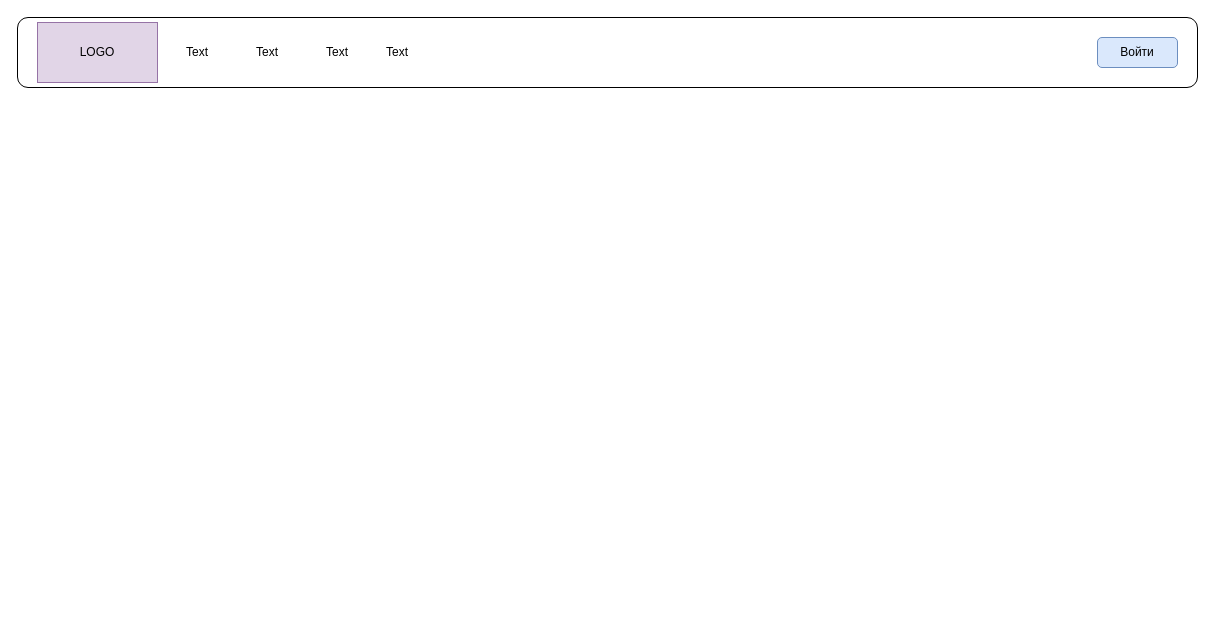
Before: public/marketdb-site.drawio in crashteamdev/diagrams, a draw.io diagram. Source tidied: cells renumbered, new cells numbered last; positions are measured from the earlier drawing's top-left corner, leaving out a move shared by most shapes. Both pictures are drawn from the tidied source at 100%, with x=0, y=0 at pixel (17, 17).
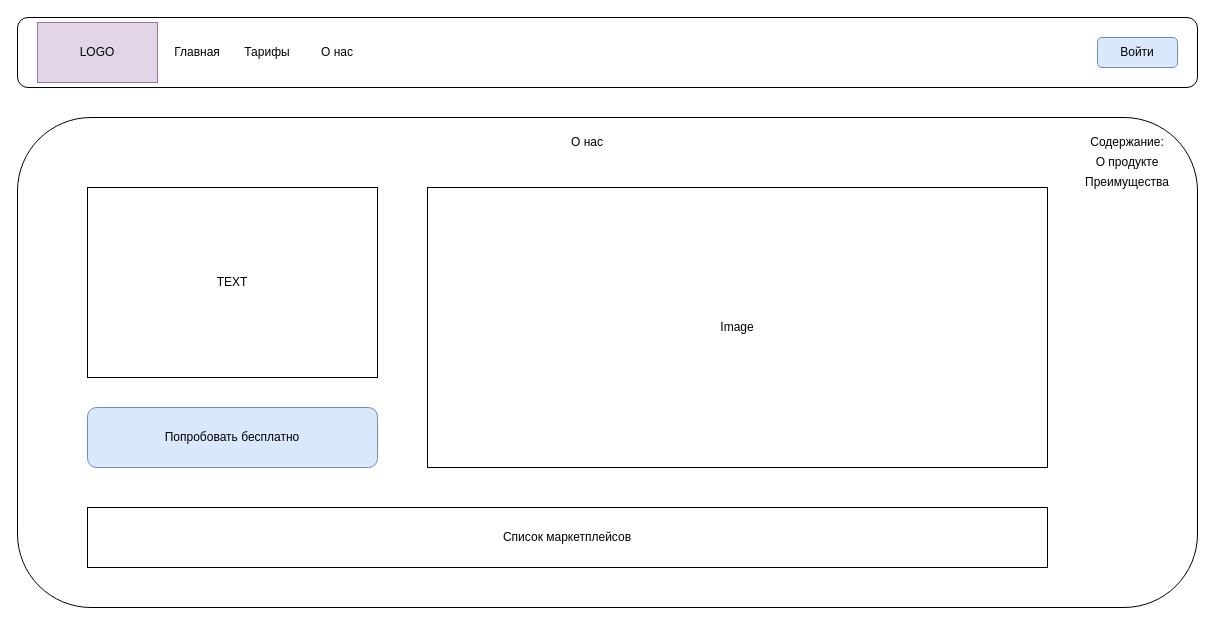
The same page after the edit.

What changed in the source:
```diff
@@
 <mxGraphModel>
   <root>
     <mxCell id="0" />
     <mxCell id="1" parent="0" />
     <mxCell id="2" style="rounded=1;whiteSpace=wrap;html=1;" parent="1" vertex="1">
       <mxGeometry width="1180" height="70" as="geometry" />
     </mxCell>
     <mxCell id="3" value="LOGO" style="rounded=0;whiteSpace=wrap;html=1;fillColor=#e1d5e7;strokeColor=#9673a6;shadow=0;gradientColor=none;" parent="1" vertex="1">
       <mxGeometry x="20" y="5" width="120" height="60" as="geometry" />
     </mxCell>
-    <mxCell id="4" value="Text" style="text;html=1;strokeColor=none;fillColor=none;align=center;verticalAlign=middle;whiteSpace=wrap;rounded=0;shadow=0;" parent="1" vertex="1">
+    <mxCell id="4" value="Главная" style="text;html=1;strokeColor=none;fillColor=none;align=center;verticalAlign=middle;whiteSpace=wrap;rounded=0;shadow=0;" parent="1" vertex="1">
       <mxGeometry x="150" y="20" width="60" height="30" as="geometry" />
     </mxCell>
-    <mxCell id="5" value="Text" style="text;html=1;strokeColor=none;fillColor=none;align=center;verticalAlign=middle;whiteSpace=wrap;rounded=0;shadow=0;" parent="1" vertex="1">
+    <mxCell id="5" value="Тарифы" style="text;html=1;strokeColor=none;fillColor=none;align=center;verticalAlign=middle;whiteSpace=wrap;rounded=0;shadow=0;" parent="1" vertex="1">
       <mxGeometry x="220" y="20" width="60" height="30" as="geometry" />
     </mxCell>
-    <mxCell id="6" value="Text" style="text;html=1;strokeColor=none;fillColor=none;align=center;verticalAlign=middle;whiteSpace=wrap;rounded=0;shadow=0;" parent="1" vertex="1">
+    <mxCell id="6" value="О нас" style="text;html=1;strokeColor=none;fillColor=none;align=center;verticalAlign=middle;whiteSpace=wrap;rounded=0;shadow=0;" parent="1" vertex="1">
       <mxGeometry x="290" y="20" width="60" height="30" as="geometry" />
     </mxCell>
-    <mxCell id="7" value="Text" style="text;html=1;strokeColor=none;fillColor=none;align=center;verticalAlign=middle;whiteSpace=wrap;rounded=0;shadow=0;" parent="1" vertex="1">
-      <mxGeometry x="350" y="20" width="60" height="30" as="geometry" />
-    </mxCell>
     <mxCell id="8" value="Войти" style="rounded=1;whiteSpace=wrap;html=1;shadow=0;fillColor=#dae8fc;strokeColor=#6c8ebf;" parent="1" vertex="1">
       <mxGeometry x="1080" y="20" width="80" height="30" as="geometry" />
     </mxCell>
+    <mxCell id="9" style="rounded=1;whiteSpace=wrap;html=1;" parent="1" vertex="1">
+      <mxGeometry y="100" width="1180" height="490" as="geometry" />
+    </mxCell>
+    <mxCell id="10" value="О нас" style="text;html=1;strokeColor=none;fillColor=none;align=center;verticalAlign=middle;whiteSpace=wrap;rounded=0;" parent="1" vertex="1">
+      <mxGeometry x="540" y="110" width="60" height="30" as="geometry" />
+    </mxCell>
+    <mxCell id="11" value="Содержание:" style="text;html=1;strokeColor=none;fillColor=none;align=center;verticalAlign=middle;whiteSpace=wrap;rounded=0;" parent="1" vertex="1">
+      <mxGeometry x="1060" y="110" width="100" height="30" as="geometry" />
+    </mxCell>
+    <mxCell id="12" value="О продукте" style="text;html=1;strokeColor=none;fillColor=none;align=center;verticalAlign=middle;whiteSpace=wrap;rounded=0;" parent="1" vertex="1">
+      <mxGeometry x="1060" y="130" width="100" height="30" as="geometry" />
+    </mxCell>
+    <mxCell id="13" value="Преимущества" style="text;html=1;strokeColor=none;fillColor=none;align=center;verticalAlign=middle;whiteSpace=wrap;rounded=0;" parent="1" vertex="1">
+      <mxGeometry x="1060" y="150" width="100" height="30" as="geometry" />
+    </mxCell>
+    <mxCell id="14" value="Попробовать бесплатно" style="rounded=1;whiteSpace=wrap;html=1;shadow=0;fillColor=#dae8fc;strokeColor=#6c8ebf;" parent="1" vertex="1">
+      <mxGeometry x="70" y="390" width="290" height="60" as="geometry" />
+    </mxCell>
+    <mxCell id="15" value="TEXT" style="rounded=0;whiteSpace=wrap;html=1;" parent="1" vertex="1">
+      <mxGeometry x="70" y="170" width="290" height="190" as="geometry" />
+    </mxCell>
+    <mxCell id="16" value="Image" style="rounded=0;whiteSpace=wrap;html=1;" parent="1" vertex="1">
+      <mxGeometry x="410" y="170" width="620" height="280" as="geometry" />
+    </mxCell>
+    <mxCell id="17" value="Список маркетплейсов" style="rounded=0;whiteSpace=wrap;html=1;" parent="1" vertex="1">
+      <mxGeometry x="70" y="490" width="960" height="60" as="geometry" />
+    </mxCell>
   </root>
 </mxGraphModel>
```
